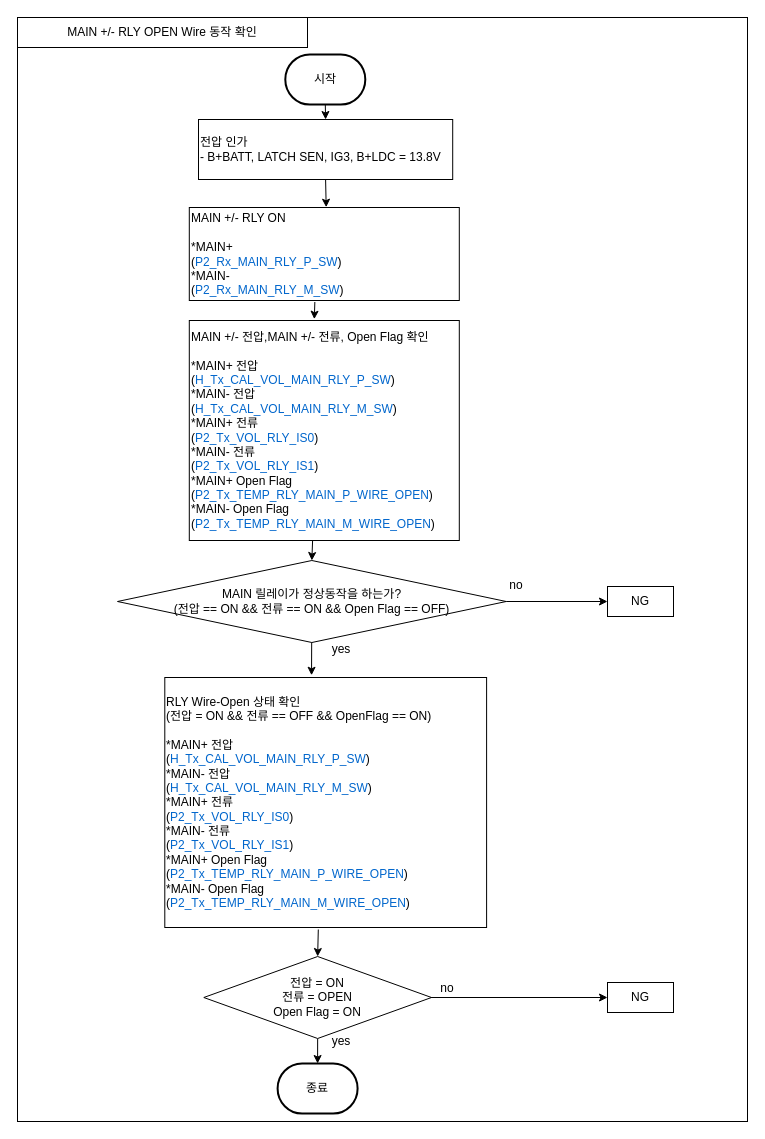
chaeyoonl/state-transition-diagram-test keeps this draw.io diagram as MAIN +/- RLY OPEN Wire 동작 확인.drawio. Above is the earlier version. Source tidied: cells renumbered, new cells numbered last; positions are measured from the earlier drawing's top-left corner, leaving out a move shared by most shapes. Both pictures are drawn from the tidied source at 100%, with x=0, y=0 at pixel (17, 17).
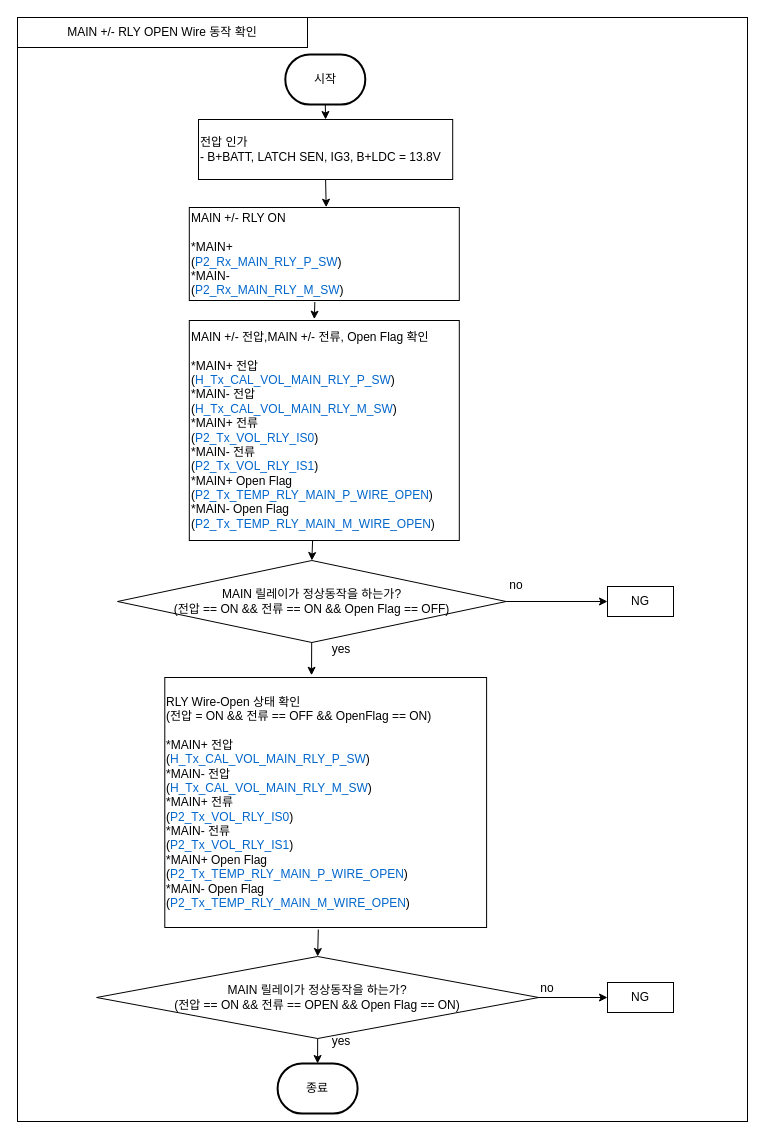
The same page after the edit.

Commit message:
- RLY OPEN Wire 동작 확인.drawio 업데이트

What changed in the source:
```diff
@@
     <mxCell id="21" value="no" style="text;html=1;strokeColor=none;fillColor=none;align=center;verticalAlign=middle;whiteSpace=wrap;rounded=0;" parent="1" vertex="1">
-      <mxGeometry x="400" y="956" width="60" height="30" as="geometry" />
+      <mxGeometry x="500" y="956" width="60" height="30" as="geometry" />
     </mxCell>
@@
-    <mxCell id="25" value="전압 = ON&lt;br&gt;전류 = OPEN&lt;br&gt;Open Flag = ON" style="rhombus;whiteSpace=wrap;html=1;" parent="1" vertex="1">
-      <mxGeometry x="186.3" y="939" width="227.7" height="82" as="geometry" />
+    <mxCell id="25" value="MAIN 릴레이가 정상동작을 하는가?&lt;br style=&quot;border-color: var(--border-color);&quot;&gt;(전압 == ON &amp;amp;&amp;amp;&amp;nbsp;전류 == OPEN &amp;amp;&amp;amp;&amp;nbsp;Open Flag == ON)" style="rhombus;whiteSpace=wrap;html=1;" parent="1" vertex="1">
+      <mxGeometry x="79.1" y="939" width="442.1" height="82" as="geometry" />
     </mxCell>
```
